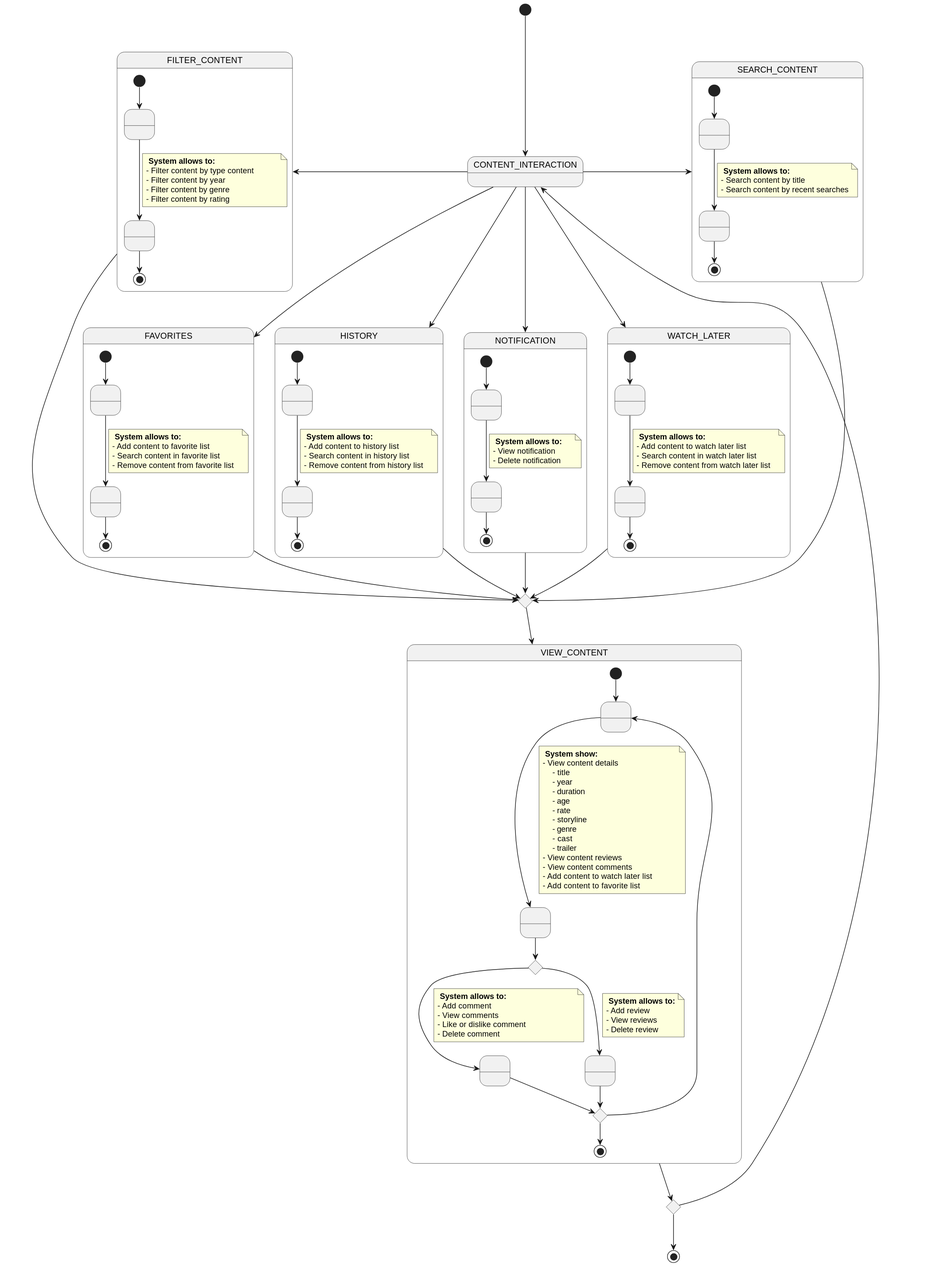
Above: images/docs/1-requeriments/2-use-cases-specifications/user/content-interaction.svg in vfred0/requeriments-flixxic (PlantUML), before the change. Source of this version:
```plantuml
@startuml content-interaction
[*] --> CONTENT_INTERACTION

state FILTER_CONTENT {
    state R1 as " "
    state R2 as " "
    [*] --> R1
    R1 --> R2
    note on link
        <b> System allows to:</b>
        - Filter content by type content
        - Filter content by year
        - Filter content by genre
        - Filter content by rating
    end note
    R2 --> [*]
}

state SEARCH_CONTENT {
    state S1 as " "
    state S2 as " "
    [*] --> S1
    S1 --> S2
    note on link
        <b> System allows to:</b>
        - Search content by title
        - Search content by recent searches
    end note
    S2 --> [*]
}

state VIEW_CONTENT {
    state V1 as " "
    state V2 as " "
    state V3 as " "
    state V4 as " "
    state commentOrReview as " " <<choice>>
    [*] --> V1
    V1 --> V2

    note on link
        <b> System show:</b>
        - View content details
            - title
            - year
            - duration
            - age
            - rate
            - storyline
            - genre
            - cast
            - trailer
        - View content reviews
        - View content comments
        - Add content to watch later list
        - Add content to favorite list
    end note

    V2 --> commentOrReview
    commentOrReview --> V3
    note on link
        <b> System allows to:</b>
        - Add comment
        - View comments
        - Like or dislike comment
        - Delete comment
    end note

    commentOrReview --> V4
    note on link
        <b> System allows to:</b>
        - Add review
        - View reviews
        - Delete review
    end note

    state unionCommentOrReview <<choice>>
    V3 --> unionCommentOrReview
    V4 --> unionCommentOrReview
    unionCommentOrReview --> V1
    unionCommentOrReview --> [*]
}

state WATCH_LATER {
    state W1 as " "
    state W2 as " "
    [*] --> W1
    W1 --> W2
    note on link
        <b> System allows to:</b>
        - Add content to watch later list
        - Search content in watch later list
        - Remove content from watch later list
    end note
    W2 --> [*]
}


state FAVORITES {
    state F1 as " "
    state F2 as " "
    [*] --> F1
    F1 --> F2
    note on link
        <b> System allows to:</b>
        - Add content to favorite list
        - Search content in favorite list
        - Remove content from favorite list
    end note
    F2 --> [*]

}

state HISTORY {
    state H1 as " "
    state H2 as " "
    [*] --> H1
    H1 --> H2
    note on link
        <b> System allows to:</b>
        - Add content to history list
        - Search content in history list
        - Remove content from history list
    end note
    H2 --> [*]
}

state NOTIFICATION {
    state N1 as " "
    state N2 as " "
    [*] --> N1
    N1 --> N2
    note on link
        <b> System allows to:</b>
        - View notification
        - Delete notification
    end note
    N2 --> [*]
}


CONTENT_INTERACTION -left-> FILTER_CONTENT
CONTENT_INTERACTION -right-> SEARCH_CONTENT
CONTENT_INTERACTION --> WATCH_LATER
CONTENT_INTERACTION --> FAVORITES
CONTENT_INTERACTION --> HISTORY
CONTENT_INTERACTION --> NOTIFICATION

state union <<choice>>

FILTER_CONTENT --> union
SEARCH_CONTENT --> union
WATCH_LATER --> union
FAVORITES --> union
HISTORY --> union
NOTIFICATION --> union

union --> VIEW_CONTENT

state finished <<choice>>

VIEW_CONTENT --> finished
finished --> [*]
finished --> CONTENT_INTERACTION

@enduml
```
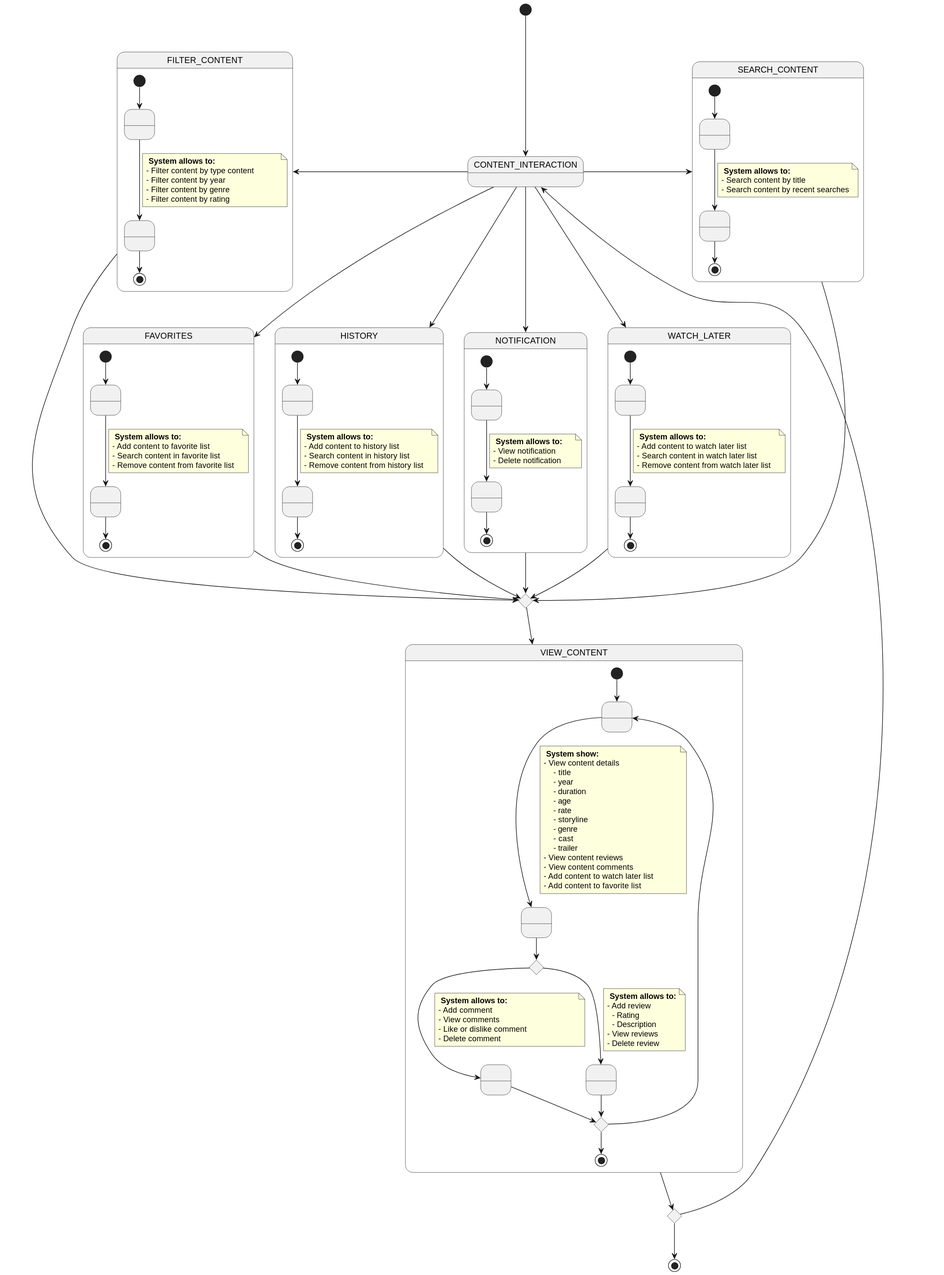
After the change.

Commit message:
Updated details reviews

What changed in the source:
```diff
@@ -70,6 +70,8 @@
     note on link
         <b> System allows to:</b>
         - Add review
+          - Rating
+          - Description
         - View reviews
         - Delete review
     end note
```
